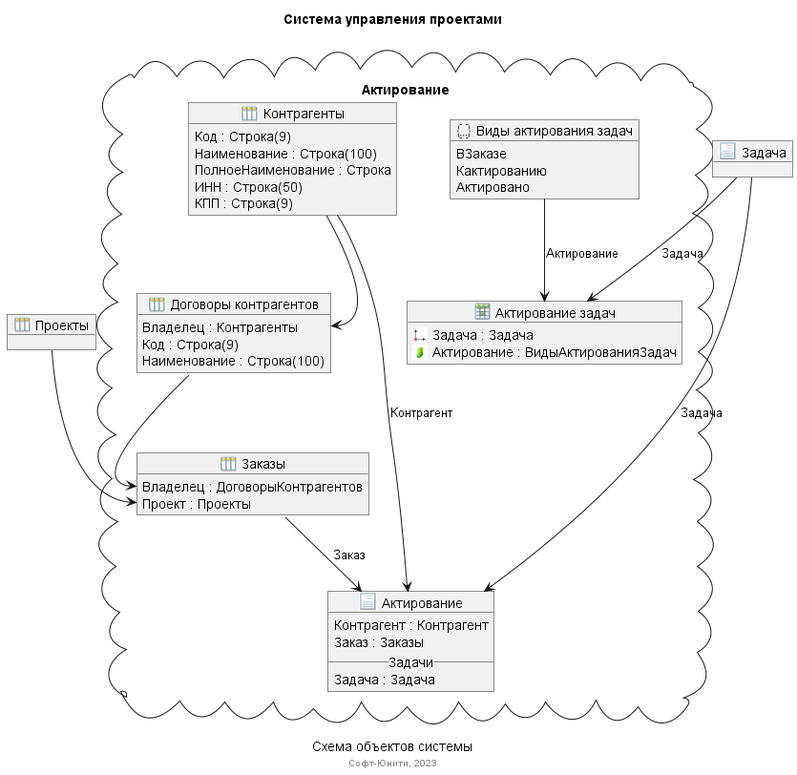
Earlier version of the PlantUML export out/Актирование/Актирование.png (medm86/SUP).
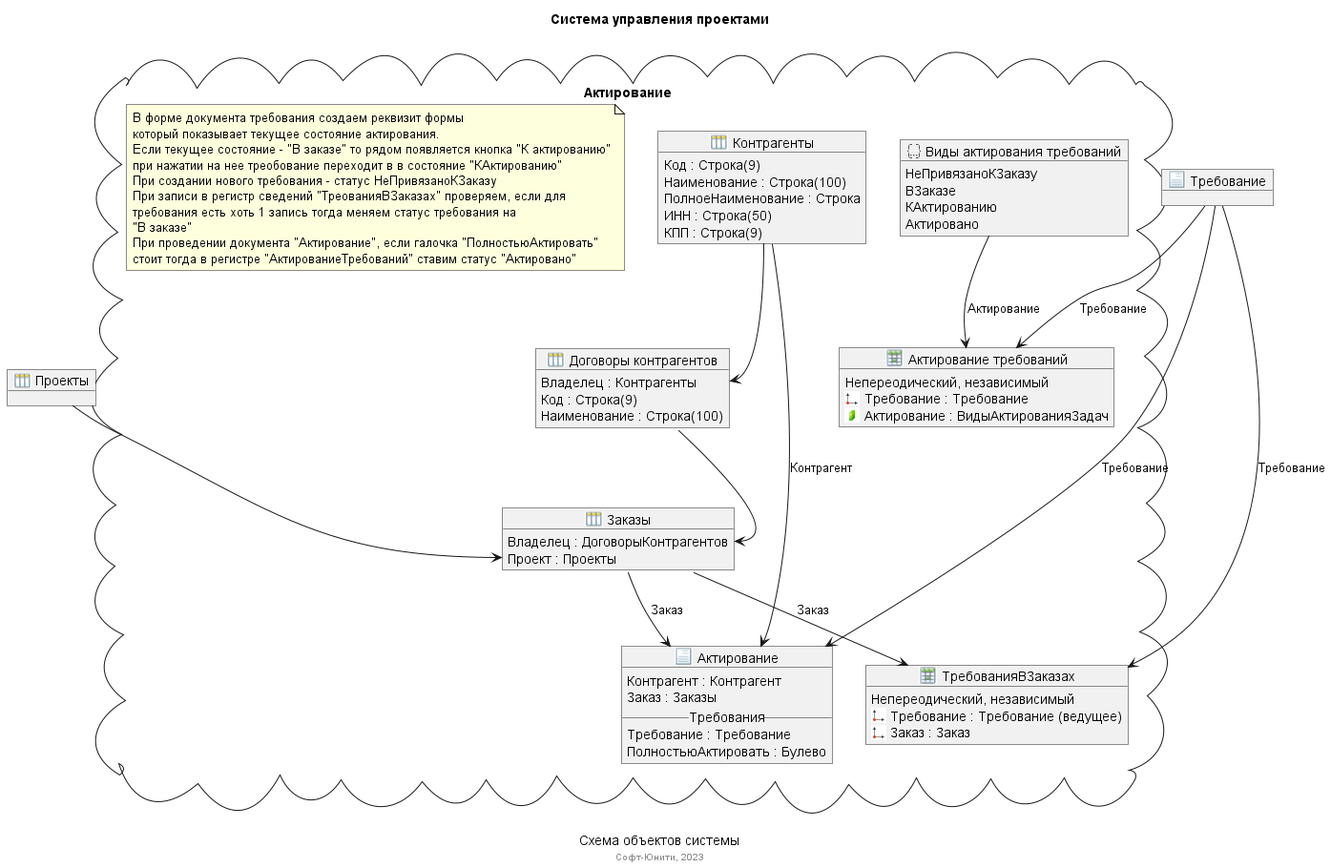
Later version of the same file.

The edit, as a diff of the source:
```diff
@@ -8,7 +8,7 @@
 footer Софт-Юнити, 2023
 
 _Справочник(Проекты, "Проекты")
-_Документ(Задача, "Задача")
+_Документ(Требование, "Требование")
 
 package "Актирование" <<Cloud>> {
     _Справочник(Контрагенты, "Контрагенты"){
@@ -33,28 +33,51 @@
     ДоговорыКонтрагентов --> Заказы::Владелец
     Проекты --> Заказы::Проект
 
-    _Перечисление(ВидыАктированияЗадач, "Виды актирования задач") {
+    _Перечисление(ВидыАктированияТребований, "Виды актирования требований") {
+        НеПривязаноКЗаказу
         ВЗаказе
-        Кактированию
+        КАктированию
         Актировано
     }
-    _РегистрСведений(АктированиеЗадач, "Актирование задач"){
-        <$d> Задача : Задача
+    _РегистрСведений(АктированиеТребований, "Актирование требований"){
+        Непереодический, независимый
+        <$d> Требование : Требование
         <$r> Актирование : ВидыАктированияЗадач
      }
-    ВидыАктированияЗадач --> АктированиеЗадач: Актирование
-    Задача --> АктированиеЗадач: Задача
+    ВидыАктированияТребований --> АктированиеТребований: Актирование
+    Требование --> АктированиеТребований: Требование
 
     _Документ(Актирование, "Актирование"){
         Контрагент : Контрагент
         Заказ : Заказы
-        __Задачи__
-        Задача : Задача
+        __Требования__
+        Требование : Требование
+        ПолностьюАктировать : Булево
     }
     Контрагенты --> Актирование: Контрагент
     Заказы --> Актирование: Заказ
-    Задача --> Актирование: Задача
+    Требование --> Актирование: Требование
 
+    _РегистрСведений(ТребованияВЗаказах, "ТребованияВЗаказах"){
+        Непереодический, независимый
+        <$d> Требование : Требование (ведущее)
+        <$d> Заказ : Заказ
+     }
+    Требование --> ТребованияВЗаказах: Требование
+    Заказы --> ТребованияВЗаказах: Заказ
+
+   note as N1
+    В форме документа требования создаем реквизит формы
+    который показывает текущее состояние актирования.
+    Если текущее состояние - "В заказе" то рядом появляется кнопка "К актированию"
+    при нажатии на нее треобование переходит в в состояние "КАктированию"
+    При создании нового требования - статус НеПривязаноКЗаказу
+    При записи в регистр сведений "ТреованияВЗаказах" проверяем, если для
+    требования есть хоть 1 запись тогда меняем статус требования на
+    "В заказе"
+    При проведении документа "Актирование", если галочка "ПолностьюАктировать"
+    стоит тогда в регистре "АктированиеТребований" ставим статус "Актировано"
+    end note
 
 }
 
```
